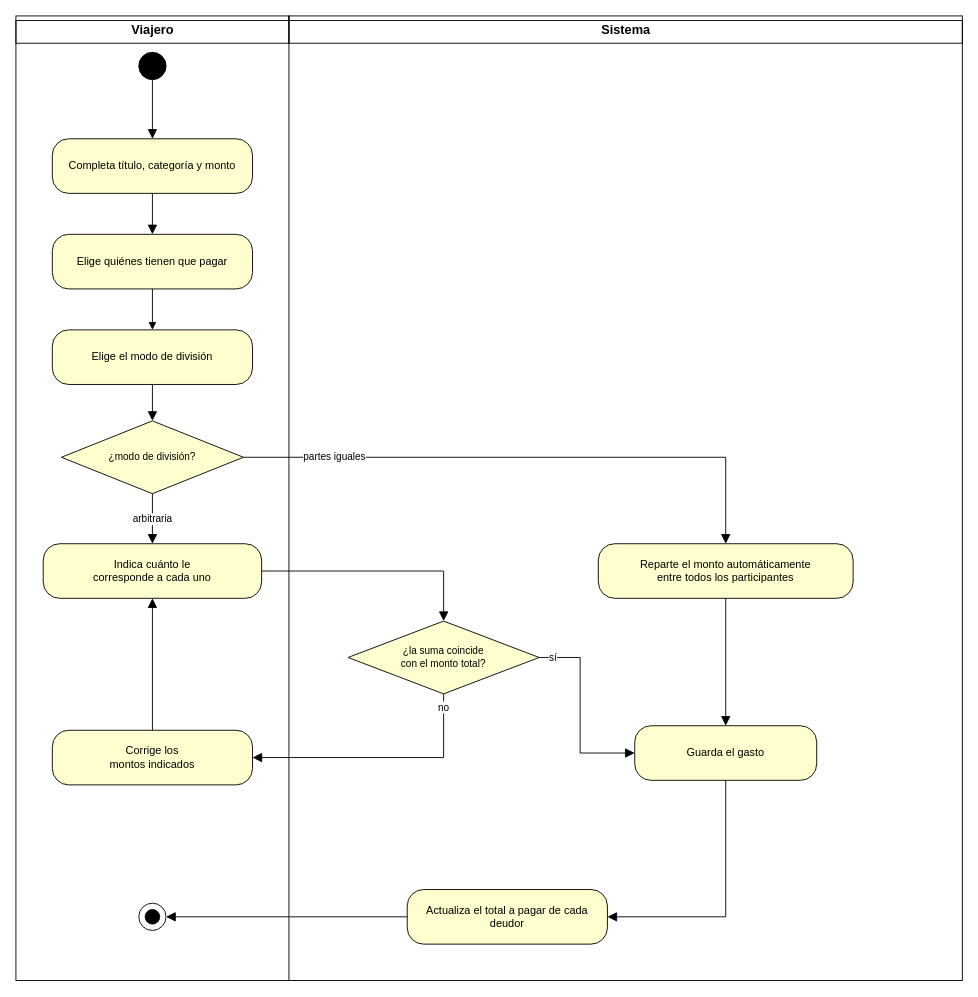
The draw.io diagram page "Anotando gasto" (5 of 13) of docs/diagramas.drawio in tomashsieh7/organizacion_viajes, before the edit. Source tidied: cells renumbered, new cells numbered last; positions are measured from the earlier drawing's top-left corner, leaving out a move shared by most shapes. Both pictures are drawn from the tidied source at 91%, with x=0, y=0 at pixel (15, 15).
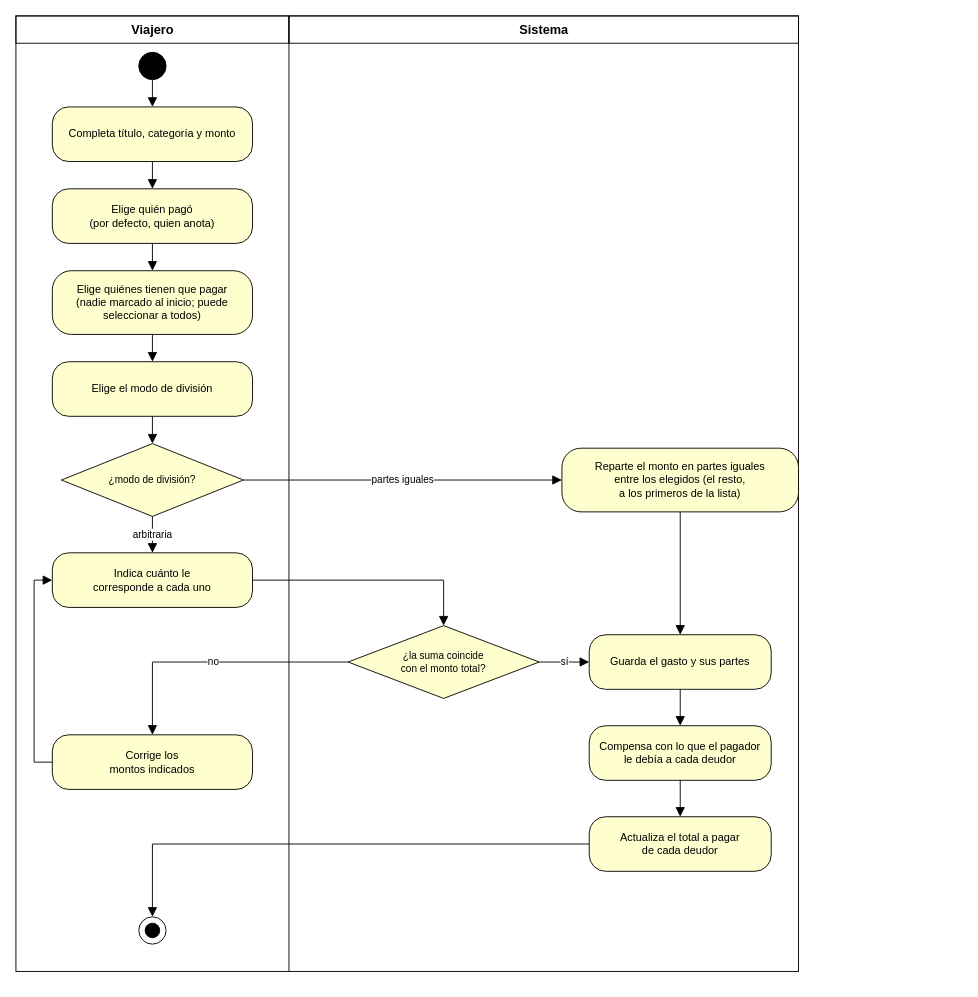
The same page after the edit.

The change refers to these unchanged cells:
```xml
<mxCell id="6" style="ellipse;whiteSpace=wrap;html=1;fillColor=#000000;strokeColor=light-dark(#000000,#FFFFFF);" parent="1" vertex="1">
  <mxGeometry x="135" y="40" width="30" height="30" as="geometry" />
</mxCell>
```

Diff of the diagram source:
```diff
@@
     <mxCell id="2" style="rounded=0;whiteSpace=wrap;html=1;fillColor=none;strokeColor=light-dark(#000000,#FFFFFF);" parent="1" vertex="1">
-      <mxGeometry y="5" width="1040" height="1055" as="geometry" />
+      <mxGeometry width="860" height="1050" as="geometry" />
     </mxCell>
@@
     <mxCell id="4" value="Sistema" style="text;html=1;align=center;verticalAlign=middle;fontStyle=1;fontSize=14;strokeColor=light-dark(#000000,#FFFFFF);" parent="1" vertex="1">
-      <mxGeometry x="300" width="740" height="30" as="geometry" />
+      <mxGeometry x="300" width="560" height="30" as="geometry" />
     </mxCell>
     <mxCell id="5" style="endArrow=none;html=1;strokeColor=light-dark(#000000,#FFFFFF);" parent="1" edge="1">
       <mxGeometry relative="1" as="geometry">
         <mxPoint x="300" as="sourcePoint" />
-        <mxPoint x="300" y="1060" as="targetPoint" />
+        <mxPoint x="300" y="1050" as="targetPoint" />
       </mxGeometry>
     </mxCell>
@@
     <mxCell id="7" value="Completa título, categoría y monto" style="rounded=1;whiteSpace=wrap;html=1;fillColor=#FEFECE;strokeColor=light-dark(#000000,#FFFFFF);arcSize=30;fontSize=12;" parent="1" vertex="1">
-      <mxGeometry x="40" y="135" width="220" height="60" as="geometry" />
+      <mxGeometry x="40" y="100" width="220" height="60" as="geometry" />
     </mxCell>
+    <mxCell id="32" value="Elige quién pagó&lt;br&gt;(por defecto, quien anota)" style="rounded=1;whiteSpace=wrap;html=1;fillColor=#FEFECE;strokeColor=light-dark(#000000,#FFFFFF);arcSize=30;fontSize=12;" parent="1" vertex="1">
+      <mxGeometry x="40" y="190" width="220" height="60" as="geometry" />
+    </mxCell>
+    <mxCell id="33" value="Elige quiénes tienen que pagar&lt;br&gt;(nadie marcado al inicio; puede&lt;br&gt;seleccionar a todos)" style="rounded=1;whiteSpace=wrap;html=1;fillColor=#FEFECE;strokeColor=light-dark(#000000,#FFFFFF);arcSize=30;fontSize=12;" parent="1" vertex="1">
+      <mxGeometry x="40" y="280" width="220" height="70" as="geometry" />
+    </mxCell>
     <mxCell id="8" value="Elige el modo de división" style="rounded=1;whiteSpace=wrap;html=1;fillColor=#FEFECE;strokeColor=light-dark(#000000,#FFFFFF);arcSize=30;fontSize=12;" parent="1" vertex="1">
-      <mxGeometry x="40" y="345" width="220" height="60" as="geometry" />
+      <mxGeometry x="40" y="380" width="220" height="60" as="geometry" />
     </mxCell>
     <mxCell id="9" value="¿modo de división?" style="rhombus;whiteSpace=wrap;html=1;fillColor=#FEFECE;strokeColor=light-dark(#000000,#FFFFFF);fontSize=11;" parent="1" vertex="1">
-      <mxGeometry x="50" y="445" width="200" height="80" as="geometry" />
+      <mxGeometry x="50" y="470" width="200" height="80" as="geometry" />
     </mxCell>
-    <mxCell id="10" value="Reparte el monto automáticamente&lt;br&gt;entre todos los participantes" style="rounded=1;whiteSpace=wrap;html=1;fillColor=#FEFECE;strokeColor=light-dark(#000000,#FFFFFF);arcSize=30;fontSize=12;" parent="1" vertex="1">
-      <mxGeometry x="640" y="580" width="280" height="60" as="geometry" />
-    </mxCell>
+    <mxCell id="34" value="Reparte el monto en partes iguales&lt;br&gt;entre los elegidos (el resto,&lt;br&gt;a los primeros de la lista)" style="rounded=1;whiteSpace=wrap;html=1;fillColor=#FEFECE;strokeColor=light-dark(#000000,#FFFFFF);arcSize=30;fontSize=12;" parent="1" vertex="1">
+      <mxGeometry x="600" y="475" width="260" height="70" as="geometry" />
+    </mxCell>
     <mxCell id="11" value="Indica cuánto le&lt;br&gt;corresponde a cada uno" style="rounded=1;whiteSpace=wrap;html=1;fillColor=#FEFECE;strokeColor=light-dark(#000000,#FFFFFF);arcSize=30;fontSize=12;" parent="1" vertex="1">
-      <mxGeometry x="30" y="580" width="240" height="60" as="geometry" />
+      <mxGeometry x="40" y="590" width="220" height="60" as="geometry" />
     </mxCell>
     <mxCell id="12" value="¿la suma coincide&lt;br&gt;con el monto total?" style="rhombus;whiteSpace=wrap;html=1;fillColor=#FEFECE;strokeColor=light-dark(#000000,#FFFFFF);fontSize=11;" parent="1" vertex="1">
-      <mxGeometry x="365" y="665" width="210" height="80" as="geometry" />
+      <mxGeometry x="365" y="670" width="210" height="80" as="geometry" />
     </mxCell>
     <mxCell id="13" value="Corrige los&lt;br&gt;montos indicados" style="rounded=1;whiteSpace=wrap;html=1;fillColor=#FEFECE;strokeColor=light-dark(#000000,#FFFFFF);arcSize=30;fontSize=12;" parent="1" vertex="1">
-      <mxGeometry x="40" y="785" width="220" height="60" as="geometry" />
+      <mxGeometry x="40" y="790" width="220" height="60" as="geometry" />
     </mxCell>
-    <mxCell id="14" value="Guarda el gasto" style="rounded=1;whiteSpace=wrap;html=1;fillColor=#FEFECE;strokeColor=light-dark(#000000,#FFFFFF);arcSize=30;fontSize=12;" parent="1" vertex="1">
-      <mxGeometry x="680" y="780" width="200" height="60" as="geometry" />
-    </mxCell>
+    <mxCell id="35" value="Guarda el gasto y sus partes" style="rounded=1;whiteSpace=wrap;html=1;fillColor=#FEFECE;strokeColor=light-dark(#000000,#FFFFFF);arcSize=30;fontSize=12;" parent="1" vertex="1">
+      <mxGeometry x="630" y="680" width="200" height="60" as="geometry" />
+    </mxCell>
+    <mxCell id="36" value="Compensa con lo que el pagador&lt;br&gt;le debía a cada deudor" style="rounded=1;whiteSpace=wrap;html=1;fillColor=#FEFECE;strokeColor=light-dark(#000000,#FFFFFF);arcSize=30;fontSize=12;" parent="1" vertex="1">
+      <mxGeometry x="630" y="780" width="200" height="60" as="geometry" />
+    </mxCell>
-    <mxCell id="15" value="Actualiza el total a pagar de cada deudor" style="rounded=1;whiteSpace=wrap;html=1;fillColor=#FEFECE;strokeColor=light-dark(#000000,#FFFFFF);arcSize=30;fontSize=12;" parent="1" vertex="1">
-      <mxGeometry x="430" y="960" width="220" height="60" as="geometry" />
+    <mxCell id="15" value="Actualiza el total a pagar&lt;br&gt;de cada deudor" style="rounded=1;whiteSpace=wrap;html=1;fillColor=#FEFECE;strokeColor=light-dark(#000000,#FFFFFF);arcSize=30;fontSize=12;" parent="1" vertex="1">
+      <mxGeometry x="630" y="880" width="200" height="60" as="geometry" />
     </mxCell>
-    <mxCell id="16" style="ellipse;whiteSpace=wrap;html=1;fillColor=#FFFFFF;strokeColor=light-dark(#000000,#FFFFFF);" parent="1" vertex="1">
-      <mxGeometry x="135" y="975" width="30" height="30" as="geometry" />
-    </mxCell>
-    <mxCell id="17" style="ellipse;whiteSpace=wrap;html=1;fillColor=#000000;strokeColor=light-dark(#000000,#FFFFFF);" parent="1" vertex="1">
-      <mxGeometry x="142" y="982" width="16" height="16" as="geometry" />
-    </mxCell>
+    <mxCell id="37" style="ellipse;whiteSpace=wrap;html=1;fillColor=#FFFFFF;strokeColor=light-dark(#000000,#FFFFFF);" parent="1" vertex="1">
+      <mxGeometry x="135" y="990" width="30" height="30" as="geometry" />
+    </mxCell>
+    <mxCell id="38" style="ellipse;whiteSpace=wrap;html=1;fillColor=#000000;strokeColor=light-dark(#000000,#FFFFFF);" parent="1" vertex="1">
+      <mxGeometry x="142" y="997" width="16" height="16" as="geometry" />
+    </mxCell>
-    <mxCell id="18" style="endArrow=block;html=1;strokeColor=light-dark(#000000,#FFFFFF);fontSize=11;rounded=0;endSize=8;edgeStyle=orthogonalEdgeStyle;" parent="1" edge="1" source="6" target="7">
+    <mxCell id="18" style="endArrow=block;html=1;strokeColor=light-dark(#000000,#FFFFFF);fontSize=11;rounded=0;endSize=8;edgeStyle=orthogonalEdgeStyle;exitX=0.5;exitY=1;exitDx=0;exitDy=0;entryX=0.5;entryY=0;entryDx=0;entryDy=0;" parent="1" edge="1" source="6" target="7">
       <mxGeometry relative="1" as="geometry" />
     </mxCell>
-    <mxCell id="19" style="endArrow=block;html=1;strokeColor=light-dark(#000000,#FFFFFF);fontSize=11;rounded=0;endSize=8;edgeStyle=orthogonalEdgeStyle;" parent="1" edge="1" source="7">
-      <mxGeometry relative="1" as="geometry">
-        <mxPoint x="150" y="240" as="targetPoint" />
-      </mxGeometry>
-    </mxCell>
+    <mxCell id="39" style="endArrow=block;html=1;strokeColor=light-dark(#000000,#FFFFFF);fontSize=11;rounded=0;endSize=8;edgeStyle=orthogonalEdgeStyle;exitX=0.5;exitY=1;exitDx=0;exitDy=0;entryX=0.5;entryY=0;entryDx=0;entryDy=0;" parent="1" edge="1" source="7" target="32">
+      <mxGeometry relative="1" as="geometry" />
+    </mxCell>
+    <mxCell id="40" style="endArrow=block;html=1;strokeColor=light-dark(#000000,#FFFFFF);fontSize=11;rounded=0;endSize=8;edgeStyle=orthogonalEdgeStyle;exitX=0.5;exitY=1;exitDx=0;exitDy=0;entryX=0.5;entryY=0;entryDx=0;entryDy=0;" parent="1" edge="1" source="32" target="33">
+      <mxGeometry relative="1" as="geometry" />
+    </mxCell>
+    <mxCell id="41" style="endArrow=block;html=1;strokeColor=light-dark(#000000,#FFFFFF);fontSize=11;rounded=0;endSize=8;edgeStyle=orthogonalEdgeStyle;exitX=0.5;exitY=1;exitDx=0;exitDy=0;entryX=0.5;entryY=0;entryDx=0;entryDy=0;" parent="1" edge="1" source="33" target="8">
+      <mxGeometry relative="1" as="geometry" />
+    </mxCell>
-    <mxCell id="20" style="endArrow=block;html=1;strokeColor=light-dark(#000000,#FFFFFF);fontSize=11;rounded=0;endSize=8;edgeStyle=orthogonalEdgeStyle;" parent="1" edge="1" source="8" target="9">
+    <mxCell id="20" style="endArrow=block;html=1;strokeColor=light-dark(#000000,#FFFFFF);fontSize=11;rounded=0;endSize=8;edgeStyle=orthogonalEdgeStyle;exitX=0.5;exitY=1;exitDx=0;exitDy=0;entryX=0.5;entryY=0;entryDx=0;entryDy=0;" parent="1" edge="1" source="8" target="9">
       <mxGeometry relative="1" as="geometry" />
     </mxCell>
-    <mxCell id="21" value="partes iguales" style="endArrow=block;html=1;strokeColor=light-dark(#000000,#FFFFFF);fontSize=11;rounded=0;endSize=8;edgeStyle=orthogonalEdgeStyle;exitX=1;exitY=0.5;exitDx=0;exitDy=0;entryX=0.5;entryY=0;entryDx=0;entryDy=0;" parent="1" edge="1" source="9" target="10">
-      <mxGeometry x="-0.68" relative="1" as="geometry" />
+    <mxCell id="21" value="partes iguales" style="endArrow=block;html=1;strokeColor=light-dark(#000000,#FFFFFF);fontSize=11;rounded=0;endSize=8;edgeStyle=orthogonalEdgeStyle;exitX=1;exitY=0.5;exitDx=0;exitDy=0;entryX=0;entryY=0.5;entryDx=0;entryDy=0;" parent="1" edge="1" source="9" target="34">
+      <mxGeometry relative="1" as="geometry" />
     </mxCell>
@@
-    <mxCell id="24" value="no" style="endArrow=block;html=1;strokeColor=light-dark(#000000,#FFFFFF);fontSize=11;rounded=0;endSize=8;edgeStyle=orthogonalEdgeStyle;exitX=0.5;exitY=1;exitDx=0;exitDy=0;entryX=1;entryY=0.5;entryDx=0;entryDy=0;" parent="1" edge="1" source="12" target="13">
-      <mxGeometry x="-0.89" relative="1" as="geometry">
-        <Array as="points">
-          <mxPoint x="470" y="815" />
-        </Array>
-      </mxGeometry>
+    <mxCell id="24" value="no" style="endArrow=block;html=1;strokeColor=light-dark(#000000,#FFFFFF);fontSize=11;rounded=0;endSize=8;edgeStyle=orthogonalEdgeStyle;exitX=0;exitY=0.5;exitDx=0;exitDy=0;entryX=0.5;entryY=0;entryDx=0;entryDy=0;" parent="1" edge="1" source="12" target="13">
+      <mxGeometry relative="1" as="geometry" />
     </mxCell>
-    <mxCell id="25" style="endArrow=block;html=1;strokeColor=light-dark(#000000,#FFFFFF);fontSize=11;rounded=0;endSize=8;edgeStyle=orthogonalEdgeStyle;exitX=0.5;exitY=0;exitDx=0;exitDy=0;entryX=0.5;entryY=1;entryDx=0;entryDy=0;" parent="1" edge="1" source="13" target="11">
-      <mxGeometry relative="1" as="geometry" />
+    <mxCell id="25" style="endArrow=block;html=1;strokeColor=light-dark(#000000,#FFFFFF);fontSize=11;rounded=0;endSize=8;edgeStyle=orthogonalEdgeStyle;exitX=0;exitY=0.5;exitDx=0;exitDy=0;entryX=0;entryY=0.5;entryDx=0;entryDy=0;" parent="1" edge="1" source="13" target="11">
+      <mxGeometry relative="1" as="geometry">
+        <Array as="points">
+          <mxPoint x="20" y="820" />
+          <mxPoint x="20" y="620" />
+        </Array>
+      </mxGeometry>
     </mxCell>
-    <mxCell id="26" value="sí" style="endArrow=block;html=1;strokeColor=light-dark(#000000,#FFFFFF);fontSize=11;rounded=0;endSize=8;edgeStyle=orthogonalEdgeStyle;entryX=0;entryY=0.5;entryDx=0;entryDy=0;exitX=1;exitY=0.5;exitDx=0;exitDy=0;" parent="1" edge="1" source="12" target="14">
-      <mxGeometry x="-0.86" relative="1" as="geometry">
-        <Array as="points">
-          <mxPoint x="620" y="705" />
-          <mxPoint x="620" y="810" />
-        </Array>
-      </mxGeometry>
+    <mxCell id="26" value="sí" style="endArrow=block;html=1;strokeColor=light-dark(#000000,#FFFFFF);fontSize=11;rounded=0;endSize=8;edgeStyle=orthogonalEdgeStyle;exitX=1;exitY=0.5;exitDx=0;exitDy=0;entryX=0;entryY=0.5;entryDx=0;entryDy=0;" parent="1" edge="1" source="12" target="35">
+      <mxGeometry relative="1" as="geometry" />
     </mxCell>
-    <mxCell id="27" style="endArrow=block;html=1;strokeColor=light-dark(#000000,#FFFFFF);fontSize=11;rounded=0;endSize=8;edgeStyle=orthogonalEdgeStyle;exitX=0.5;exitY=1;exitDx=0;exitDy=0;entryX=0.5;entryY=0;entryDx=0;entryDy=0;" parent="1" edge="1" source="10" target="14">
-      <mxGeometry relative="1" as="geometry" />
-    </mxCell>
-    <mxCell id="28" style="endArrow=block;html=1;strokeColor=light-dark(#000000,#FFFFFF);fontSize=11;rounded=0;endSize=8;edgeStyle=orthogonalEdgeStyle;exitX=0.5;exitY=1;exitDx=0;exitDy=0;entryX=1;entryY=0.5;entryDx=0;entryDy=0;" parent="1" edge="1" source="14" target="15">
-      <mxGeometry relative="1" as="geometry" />
-    </mxCell>
-    <mxCell id="29" style="endArrow=block;html=1;strokeColor=light-dark(#000000,#FFFFFF);fontSize=11;rounded=0;endSize=8;edgeStyle=orthogonalEdgeStyle;exitX=0;exitY=0.5;exitDx=0;exitDy=0;entryX=1;entryY=0.5;entryDx=0;entryDy=0;" parent="1" edge="1" source="15" target="16">
-      <mxGeometry relative="1" as="geometry" />
-    </mxCell>
-    <mxCell id="30" style="edgeStyle=orthogonalEdgeStyle;rounded=0;jettySize=auto;html=1;endArrow=block;endFill=1;" parent="1" edge="1" source="31" target="8">
-      <mxGeometry relative="1" as="geometry" />
-    </mxCell>
-    <mxCell id="31" value="Elige quiénes tienen que pagar" style="rounded=1;whiteSpace=wrap;html=1;fillColor=#FEFECE;strokeColor=light-dark(#000000,#FFFFFF);arcSize=30;fontSize=12;" parent="1" vertex="1">
-      <mxGeometry x="40" y="240" width="220" height="60" as="geometry" />
-    </mxCell>
+    <mxCell id="42" style="endArrow=block;html=1;strokeColor=light-dark(#000000,#FFFFFF);fontSize=11;rounded=0;endSize=8;edgeStyle=orthogonalEdgeStyle;exitX=0.5;exitY=1;exitDx=0;exitDy=0;entryX=0.5;entryY=0;entryDx=0;entryDy=0;" parent="1" edge="1" source="34" target="35">
+      <mxGeometry relative="1" as="geometry" />
+    </mxCell>
+    <mxCell id="43" style="endArrow=block;html=1;strokeColor=light-dark(#000000,#FFFFFF);fontSize=11;rounded=0;endSize=8;edgeStyle=orthogonalEdgeStyle;exitX=0.5;exitY=1;exitDx=0;exitDy=0;entryX=0.5;entryY=0;entryDx=0;entryDy=0;" parent="1" edge="1" source="35" target="36">
+      <mxGeometry relative="1" as="geometry" />
+    </mxCell>
+    <mxCell id="44" style="endArrow=block;html=1;strokeColor=light-dark(#000000,#FFFFFF);fontSize=11;rounded=0;endSize=8;edgeStyle=orthogonalEdgeStyle;exitX=0.5;exitY=1;exitDx=0;exitDy=0;entryX=0.5;entryY=0;entryDx=0;entryDy=0;" parent="1" edge="1" source="36" target="15">
+      <mxGeometry relative="1" as="geometry" />
+    </mxCell>
+    <mxCell id="45" style="endArrow=block;html=1;strokeColor=light-dark(#000000,#FFFFFF);fontSize=11;rounded=0;endSize=8;edgeStyle=orthogonalEdgeStyle;exitX=0;exitY=0.5;exitDx=0;exitDy=0;entryX=0.5;entryY=0;entryDx=0;entryDy=0;" parent="1" edge="1" source="15" target="37">
+      <mxGeometry relative="1" as="geometry">
+        <Array as="points">
+          <mxPoint x="150" y="910" />
+        </Array>
+      </mxGeometry>
+    </mxCell>
```
